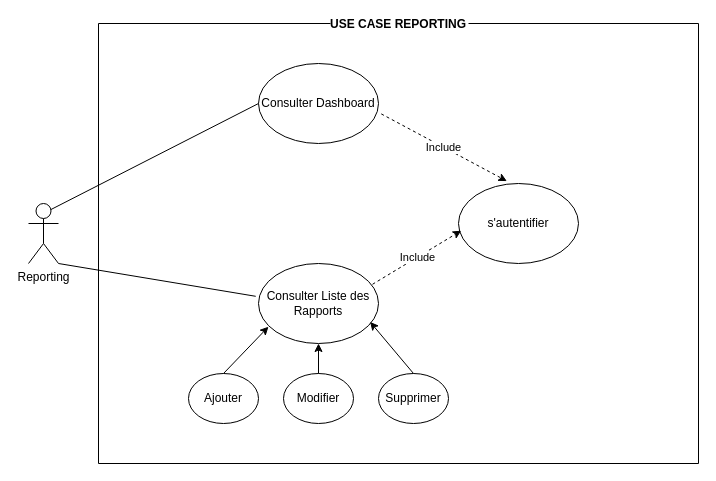
This is page "Reporting" (3 of 4) of Conception/USE_CASE.drawio from Belakebi-Amine/djezzy_supervision, a draw.io file, before an edit. Source tidied: cells renumbered, new cells numbered last; positions are measured from the earlier drawing's top-left corner, leaving out a move shared by most shapes. Both pictures are drawn from the tidied source at 100%, with x=0, y=0 at pixel (28, 23).
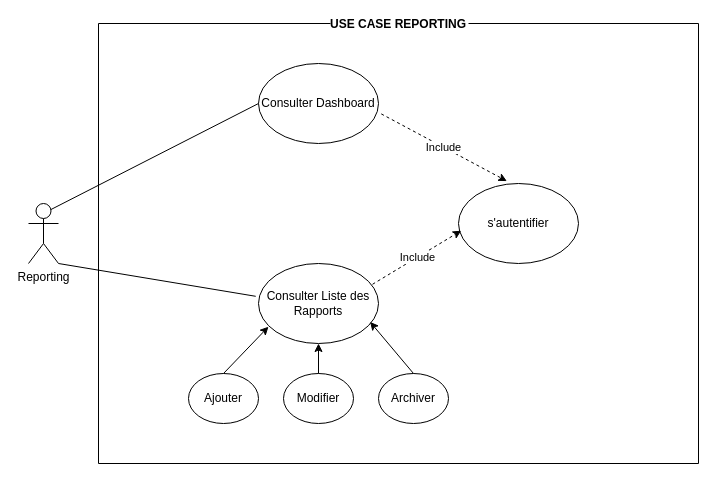
The same page after the edit.

What changed in the source:
```diff
@@
 <mxGraphModel>
   <root>
     <mxCell id="0" />
     <mxCell id="1" parent="0" />
     <mxCell id="2" value="Reporting" style="shape=umlActor;verticalLabelPosition=bottom;verticalAlign=top;html=1;outlineConnect=0;" parent="1" vertex="1">
       <mxGeometry y="180" width="30" height="60" as="geometry" />
     </mxCell>
     <mxCell id="3" value="USE CASE REPORTING" style="swimlane;startSize=0;labelBackgroundColor=default;" parent="1" vertex="1">
       <mxGeometry x="70" width="600" height="440" as="geometry" />
     </mxCell>
     <mxCell id="4" value="Consulter Dashboard" style="ellipse;whiteSpace=wrap;html=1;" parent="3" vertex="1">
       <mxGeometry x="160" y="40" width="120" height="80" as="geometry" />
     </mxCell>
     <mxCell id="5" value="Consulter Liste des Rapports" style="ellipse;whiteSpace=wrap;html=1;" parent="3" vertex="1">
       <mxGeometry x="160" y="240" width="120" height="80" as="geometry" />
     </mxCell>
     <mxCell id="6" value="Modifier" style="ellipse;whiteSpace=wrap;html=1;" parent="3" vertex="1">
       <mxGeometry x="185" y="350" width="70" height="50" as="geometry" />
     </mxCell>
-    <mxCell id="7" value="Supprimer" style="ellipse;whiteSpace=wrap;html=1;" parent="3" vertex="1">
+    <mxCell id="7" value="&lt;span style=&quot;color: rgb(0, 0, 0);&quot;&gt;Archiver&lt;/span&gt;" style="ellipse;whiteSpace=wrap;html=1;" parent="3" vertex="1">
       <mxGeometry x="280" y="350" width="70" height="50" as="geometry" />
     </mxCell>
     <mxCell id="8" value="Ajouter" style="ellipse;whiteSpace=wrap;html=1;" parent="3" vertex="1">
       <mxGeometry x="90" y="350" width="70" height="50" as="geometry" />
     </mxCell>
     <mxCell id="9" style="endArrow=classic;html=1;entryX=0.083;entryY=0.79;entryDx=0;entryDy=0;entryPerimeter=0;exitX=0.5;exitY=0;exitDx=0;exitDy=0;" parent="3" edge="1" source="8" target="5">
       <mxGeometry relative="1" as="geometry" />
     </mxCell>
     <mxCell id="10" style="endArrow=classic;html=1;entryX=0.5;entryY=1;entryDx=0;entryDy=0;exitX=0.5;exitY=0;exitDx=0;exitDy=0;" parent="3" edge="1" source="6" target="5">
       <mxGeometry relative="1" as="geometry" />
     </mxCell>
     <mxCell id="11" style="endArrow=classic;html=1;exitX=0.5;exitY=0;exitDx=0;exitDy=0;entryX=0.93;entryY=0.73;entryDx=0;entryDy=0;entryPerimeter=0;" parent="3" edge="1" source="7" target="5">
       <mxGeometry relative="1" as="geometry" />
     </mxCell>
     <mxCell id="12" value="s'autentifier" style="ellipse;whiteSpace=wrap;html=1;" parent="3" vertex="1">
       <mxGeometry x="360" y="160" width="120" height="80" as="geometry" />
     </mxCell>
     <mxCell id="13" value="Include" style="endArrow=classic;dashed=1;html=1;entryX=0.403;entryY=-0.03;entryDx=0;entryDy=0;entryPerimeter=0;exitX=1.023;exitY=0.63;exitDx=0;exitDy=0;exitPerimeter=0;endFill=1;" parent="3" edge="1" source="4" target="12">
       <mxGeometry relative="1" as="geometry" />
     </mxCell>
     <mxCell id="14" value="Include" style="endArrow=classic;dashed=1;html=1;exitX=0.95;exitY=0.26;exitDx=0;exitDy=0;exitPerimeter=0;entryX=0.023;entryY=0.59;entryDx=0;entryDy=0;entryPerimeter=0;endFill=1;" parent="3" edge="1" source="5" target="12">
       <mxGeometry relative="1" as="geometry" />
     </mxCell>
     <mxCell id="15" style="endArrow=none;html=1;entryX=0;entryY=0.5;entryDx=0;entryDy=0;exitX=0.75;exitY=0.1;exitDx=0;exitDy=0;exitPerimeter=0;" parent="1" edge="1" source="2" target="4">
       <mxGeometry relative="1" as="geometry" />
     </mxCell>
     <mxCell id="16" style="endArrow=none;html=1;entryX=1;entryY=1;entryDx=0;entryDy=0;entryPerimeter=0;exitX=-0.023;exitY=0.41;exitDx=0;exitDy=0;exitPerimeter=0;" parent="1" edge="1" source="5" target="2">
       <mxGeometry relative="1" as="geometry" />
     </mxCell>
   </root>
 </mxGraphModel>
```
